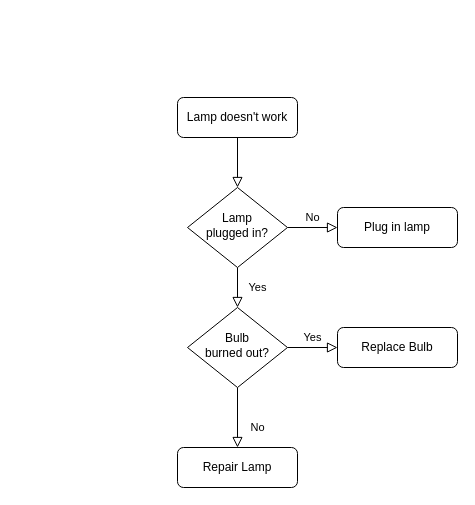
Above: Untitled Diagram.drawio in SpencerChamp/akileia (draw.io), before the change. Source tidied: cells renumbered, new cells numbered last; positions are measured from the earlier drawing's top-left corner, leaving out a move shared by most shapes. Both pictures are drawn from the tidied source at 100%, with x=0, y=0 at pixel (177, 97).
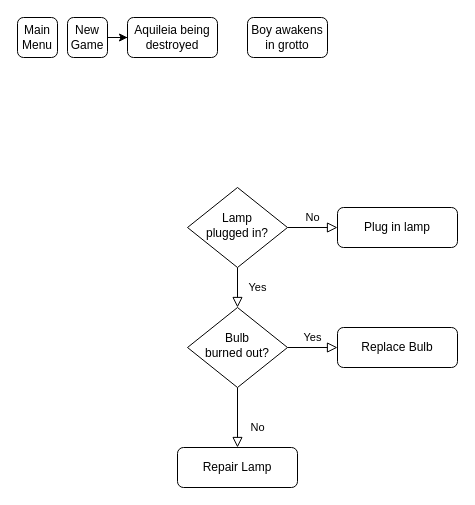
The same diagram, later.

Commit message:
Akileia flowchart

Change to the diagram source:
```diff
@@
 <mxGraphModel>
   <root>
     <mxCell id="0" />
     <mxCell id="1" parent="0" />
-    <mxCell id="2" style="rounded=0;html=1;jettySize=auto;fontSize=11;endArrow=block;endFill=0;endSize=8;strokeWidth=1;shadow=0;labelBackgroundColor=none;edgeStyle=orthogonalEdgeStyle;" parent="1" edge="1" source="3" target="6">
-      <mxGeometry relative="1" as="geometry" />
-    </mxCell>
-    <mxCell id="3" value="Lamp doesn't work" style="rounded=1;whiteSpace=wrap;html=1;fontSize=12;glass=0;strokeWidth=1;shadow=0;" parent="1" vertex="1">
-      <mxGeometry width="120" height="40" as="geometry" />
+    <mxCell id="3" value="Main Menu" style="rounded=1;whiteSpace=wrap;html=1;fontSize=12;glass=0;strokeWidth=1;shadow=0;" parent="1" vertex="1">
+      <mxGeometry x="-160" y="-80" width="40" height="40" as="geometry" />
     </mxCell>
     <mxCell id="4" value="Yes" style="rounded=0;html=1;jettySize=auto;fontSize=11;endArrow=block;endFill=0;endSize=8;strokeWidth=1;shadow=0;labelBackgroundColor=none;edgeStyle=orthogonalEdgeStyle;" parent="1" edge="1" source="6" target="10">
       <mxGeometry y="20" relative="1" as="geometry" />
     </mxCell>
     <mxCell id="5" value="No" style="edgeStyle=orthogonalEdgeStyle;rounded=0;html=1;jettySize=auto;fontSize=11;endArrow=block;endFill=0;endSize=8;strokeWidth=1;shadow=0;labelBackgroundColor=none;" parent="1" edge="1" source="6" target="7">
       <mxGeometry y="10" relative="1" as="geometry" />
     </mxCell>
     <mxCell id="6" value="Lamp&lt;br&gt;plugged in?" style="rhombus;whiteSpace=wrap;html=1;shadow=0;fontFamily=Helvetica;fontSize=12;align=center;strokeWidth=1;spacing=6;spacingTop=-4;" parent="1" vertex="1">
       <mxGeometry x="10" y="90" width="100" height="80" as="geometry" />
     </mxCell>
     <mxCell id="7" value="Plug in lamp" style="rounded=1;whiteSpace=wrap;html=1;fontSize=12;glass=0;strokeWidth=1;shadow=0;" parent="1" vertex="1">
       <mxGeometry x="160" y="110" width="120" height="40" as="geometry" />
     </mxCell>
     <mxCell id="8" value="No" style="rounded=0;html=1;jettySize=auto;fontSize=11;endArrow=block;endFill=0;endSize=8;strokeWidth=1;shadow=0;labelBackgroundColor=none;edgeStyle=orthogonalEdgeStyle;" parent="1" edge="1" source="10" target="11">
       <mxGeometry x="0.33" y="20" relative="1" as="geometry" />
     </mxCell>
     <mxCell id="9" value="Yes" style="edgeStyle=orthogonalEdgeStyle;rounded=0;html=1;jettySize=auto;fontSize=11;endArrow=block;endFill=0;endSize=8;strokeWidth=1;shadow=0;labelBackgroundColor=none;" parent="1" edge="1" source="10" target="12">
       <mxGeometry y="10" relative="1" as="geometry" />
     </mxCell>
     <mxCell id="10" value="Bulb&lt;br&gt;burned out?" style="rhombus;whiteSpace=wrap;html=1;shadow=0;fontFamily=Helvetica;fontSize=12;align=center;strokeWidth=1;spacing=6;spacingTop=-4;" parent="1" vertex="1">
       <mxGeometry x="10" y="210" width="100" height="80" as="geometry" />
     </mxCell>
     <mxCell id="11" value="Repair Lamp" style="rounded=1;whiteSpace=wrap;html=1;fontSize=12;glass=0;strokeWidth=1;shadow=0;" parent="1" vertex="1">
       <mxGeometry y="350" width="120" height="40" as="geometry" />
     </mxCell>
     <mxCell id="12" value="Replace Bulb" style="rounded=1;whiteSpace=wrap;html=1;fontSize=12;glass=0;strokeWidth=1;shadow=0;" parent="1" vertex="1">
       <mxGeometry x="160" y="230" width="120" height="40" as="geometry" />
     </mxCell>
+    <mxCell id="13" style="edgeStyle=orthogonalEdgeStyle;rounded=0;jettySize=auto;html=1;" parent="1" edge="1" source="14" target="15">
+      <mxGeometry relative="1" as="geometry" />
+    </mxCell>
+    <mxCell id="14" value="New Game" style="rounded=1;whiteSpace=wrap;html=1;" parent="1" vertex="1">
+      <mxGeometry x="-110" y="-80" width="40" height="40" as="geometry" />
+    </mxCell>
+    <mxCell id="15" value="Aquileia being destroyed" style="rounded=1;whiteSpace=wrap;html=1;" parent="1" vertex="1">
+      <mxGeometry x="-50" y="-80" width="90" height="40" as="geometry" />
+    </mxCell>
+    <mxCell id="16" value="Boy awakens in grotto" style="rounded=1;whiteSpace=wrap;html=1;" parent="1" vertex="1">
+      <mxGeometry x="70" y="-80" width="80" height="40" as="geometry" />
+    </mxCell>
   </root>
 </mxGraphModel>
```
